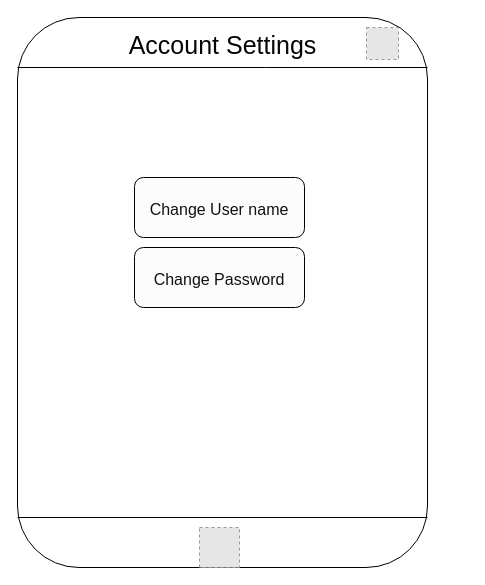
This is page "Account Settings" (9 of 10) of Mockups/tubular mockups.drawio from jadenmounteer/tubular, a draw.io file, before an edit. Source tidied: cells renumbered, new cells numbered last; positions are measured from the earlier drawing's top-left corner, leaving out a move shared by most shapes. Both pictures are drawn from the tidied source at 100%, with x=0, y=0 at pixel (17, 17). Pictures stored in the file or linked from it are replaced by grey dashed boxes.
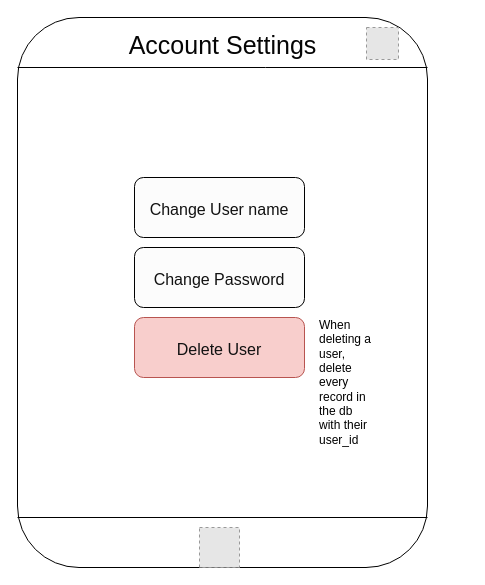
The same page after the edit.

Change to the diagram source:
```diff
@@
+    <mxCell id="13" value="&lt;font style=&quot;font-size: 16px;&quot; color=&quot;#121212&quot;&gt;Delete User&lt;/font&gt;" style="rounded=1;whiteSpace=wrap;html=1;fontSize=20;strokeColor=#b85450;fillColor=#f8cecc;" parent="1" vertex="1">
+      <mxGeometry x="117" y="300" width="170" height="60" as="geometry" />
+    </mxCell>
+    <mxCell id="14" value="When deleting a user, delete every record in the db with their user_id" style="text;html=1;strokeColor=none;fillColor=none;align=left;verticalAlign=middle;whiteSpace=wrap;rounded=0;" parent="1" vertex="1">
+      <mxGeometry x="300" y="350" width="60" height="30" as="geometry" />
+    </mxCell>
```
